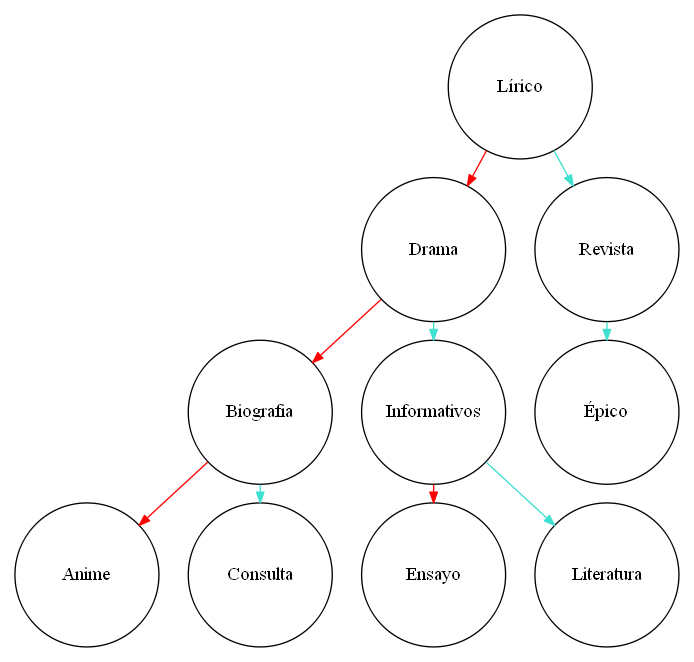
This is Graphics/AVL.png from Guillermo-O-C/EDD_1S20200_PY2_201801366, a Graphviz export, as it was before one commit. Its source is kept beside it as TextFiles/AVL.dot.
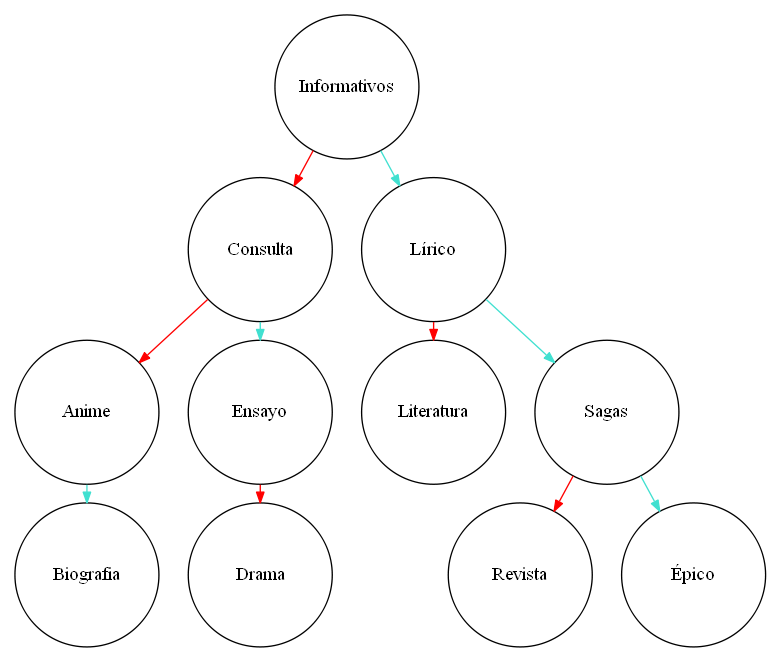
The same file after the commit.

Change to the diagram source:
```diff
@@ -2,13 +2,14 @@
  nodesep=0.3;
  ranksep=0.2;
     margin=0.1;
- node[shape=circle width="1.5" height="1.5" fixed="true"];  edge [arrowsize=0.8];"Lírico""Lírico" -> "Drama"[color="#ff0000"];
-"Drama" -> "Biografia"[color="#ff0000"];
-"Biografia" -> "Anime"[color="#ff0000"];
-"Biografia" -> "Consulta"[color="#40e0d0"];
-"Drama" -> "Informativos"[color="#40e0d0"];
-"Informativos" -> "Ensayo"[color="#ff0000"];
-"Informativos" -> "Literatura"[color="#40e0d0"];
-"Lírico" -> "Revista"[color="#40e0d0"];
-"Revista" -> "Épico"[color="#40e0d0"];
+ node[shape=circle width="1.5" height="1.5" fixed="true"];  edge [arrowsize=0.8];"Informativos""Informativos" -> "Consulta"[color="#ff0000"];
+"Consulta" -> "Anime"[color="#ff0000"];
+"Anime" -> "Biografia"[color="#40e0d0"];
+"Consulta" -> "Ensayo"[color="#40e0d0"];
+"Ensayo" -> "Drama"[color="#ff0000"];
+"Informativos" -> "Lírico"[color="#40e0d0"];
+"Lírico" -> "Literatura"[color="#ff0000"];
+"Lírico" -> "Sagas"[color="#40e0d0"];
+"Sagas" -> "Revista"[color="#ff0000"];
+"Sagas" -> "Épico"[color="#40e0d0"];
 }
```
